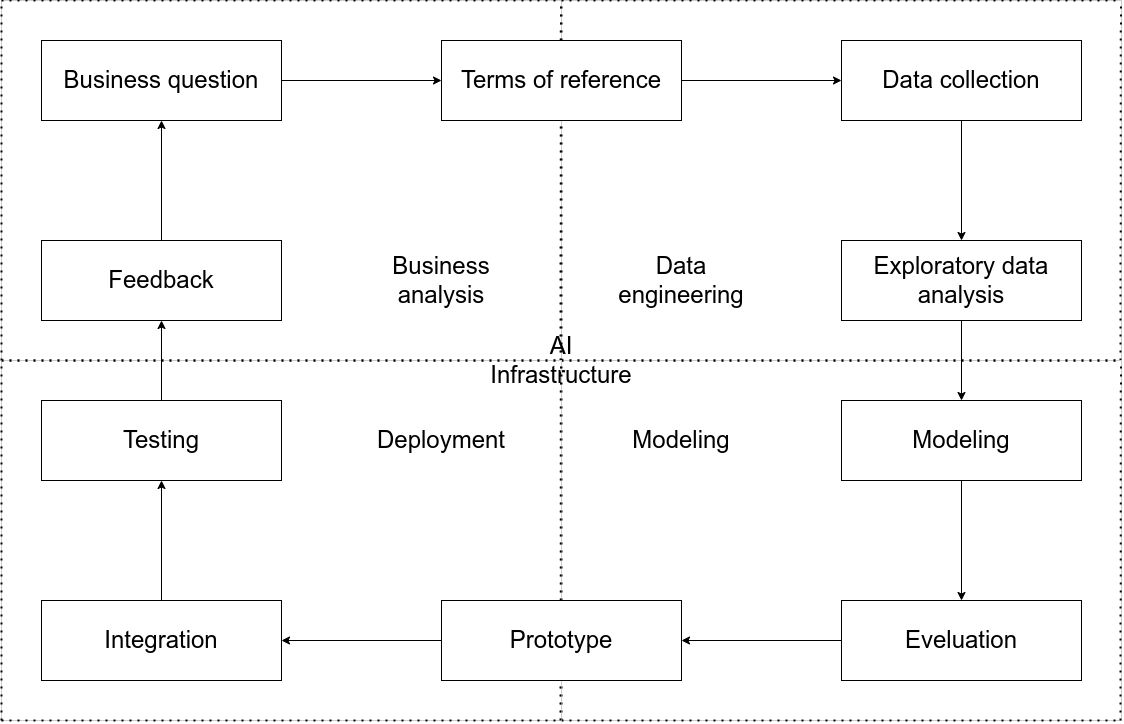
ryndovaira-org/data_science_lectures keeps this draw.io diagram as diagrams/ai_project_development_life_cycle.drawio.png. Above is the earlier version. Source tidied: cells renumbered, new cells last; positions are measured from the earlier drawing's top-left corner, leaving out a move shared by most shapes.
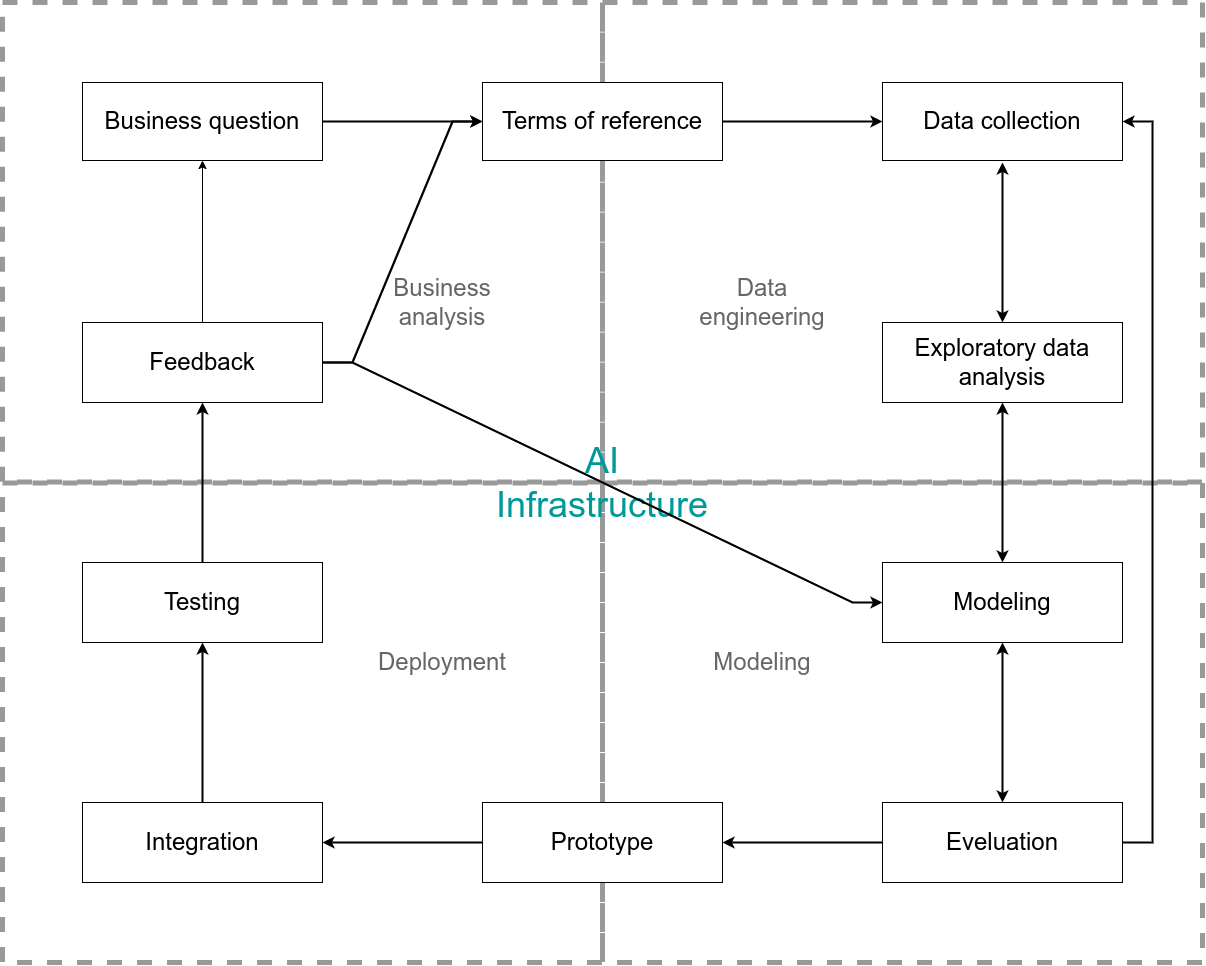
Above is the later version.

The edit, as a diff of the source:
```diff
@@ -2,188 +2,103 @@
   <root>
     <mxCell id="0" />
     <mxCell id="1" parent="0" />
-    <mxCell id="2" style="group;strokeColor=#CCCCCC;" parent="1" vertex="1">
-      <mxGeometry width="560" height="360" as="geometry" />
-    </mxCell>
-    <mxCell id="3" style="endArrow=none;dashed=1;html=1;dashPattern=1 3;strokeWidth=2;rounded=0;" parent="2" edge="1">
-      <mxGeometry relative="1" as="geometry">
-        <mxPoint y="360" as="sourcePoint" />
-        <mxPoint x="560" y="360" as="targetPoint" />
-      </mxGeometry>
-    </mxCell>
-    <mxCell id="4" style="endArrow=none;dashed=1;html=1;dashPattern=1 3;strokeWidth=2;rounded=0;" parent="2" edge="1">
-      <mxGeometry relative="1" as="geometry">
-        <mxPoint y="360" as="sourcePoint" />
-        <mxPoint as="targetPoint" />
-      </mxGeometry>
-    </mxCell>
-    <mxCell id="5" style="endArrow=none;dashed=1;html=1;dashPattern=1 3;strokeWidth=2;rounded=0;" parent="2" edge="1">
-      <mxGeometry relative="1" as="geometry">
-        <mxPoint as="sourcePoint" />
-        <mxPoint x="560" as="targetPoint" />
-      </mxGeometry>
-    </mxCell>
-    <mxCell id="6" style="endArrow=none;dashed=1;html=1;dashPattern=1 3;strokeWidth=2;rounded=0;" parent="2" edge="1">
-      <mxGeometry relative="1" as="geometry">
-        <mxPoint x="559" y="360" as="sourcePoint" />
-        <mxPoint x="559.4" as="targetPoint" />
-      </mxGeometry>
-    </mxCell>
+    <mxCell id="47" style="rounded=0;whiteSpace=wrap;html=1;strokeColor=#999999;fontFamily=Helvetica;fontSize=12;fontColor=default;fillColor=none;dashed=1;strokeWidth=5;" parent="1" vertex="1">
+      <mxGeometry x="-40" y="-40" width="600" height="479.6" as="geometry" />
+    </mxCell>
+    <mxCell id="48" style="rounded=0;whiteSpace=wrap;html=1;strokeColor=#999999;fontFamily=Helvetica;fontSize=12;fontColor=default;fillColor=none;dashed=1;strokeWidth=5;" parent="1" vertex="1">
+      <mxGeometry x="-40" y="440.4" width="600" height="479.6" as="geometry" />
+    </mxCell>
+    <mxCell id="49" style="rounded=0;whiteSpace=wrap;html=1;strokeColor=#999999;fontFamily=Helvetica;fontSize=12;fontColor=default;fillColor=none;dashed=1;strokeWidth=5;" parent="1" vertex="1">
+      <mxGeometry x="560" y="-40" width="600" height="479.6" as="geometry" />
+    </mxCell>
+    <mxCell id="50" style="rounded=0;whiteSpace=wrap;html=1;strokeColor=#999999;fontFamily=Helvetica;fontSize=12;fontColor=default;fillColor=none;dashed=1;strokeWidth=5;" parent="1" vertex="1">
+      <mxGeometry x="560" y="440.4" width="600" height="479.6" as="geometry" />
+    </mxCell>
+    <mxCell id="31" style="endArrow=classic;startArrow=classic;rounded=0;jettySize=auto;html=1;strokeWidth=2;" parent="1" edge="1" source="32" target="36">
+      <mxGeometry relative="1" as="geometry" />
+    </mxCell>
+    <mxCell id="51" style="endArrow=classic;startArrow=classic;rounded=0;jettySize=auto;html=1;fontFamily=Helvetica;fontSize=12;fontColor=default;strokeWidth=2;" parent="1" edge="1" source="32">
+      <mxGeometry relative="1" as="geometry">
+        <mxPoint x="960" y="120" as="targetPoint" />
+      </mxGeometry>
+    </mxCell>
+    <mxCell id="37" style="edgeStyle=orthogonalEdgeStyle;rounded=0;jettySize=auto;html=1;strokeWidth=2;" parent="1" edge="1" source="38" target="34">
+      <mxGeometry relative="1" as="geometry" />
+    </mxCell>
+    <mxCell id="52" style="edgeStyle=entityRelationEdgeStyle;rounded=0;jettySize=auto;html=1;fontFamily=Helvetica;fontSize=12;fontColor=default;strokeWidth=2;" parent="1" edge="1" source="38" target="46">
+      <mxGeometry relative="1" as="geometry" />
+    </mxCell>
+    <mxCell id="41" style="edgeStyle=orthogonalEdgeStyle;rounded=0;jettySize=auto;html=1;strokeWidth=2;" parent="1" edge="1" source="42" target="44">
+      <mxGeometry relative="1" as="geometry" />
+    </mxCell>
+    <mxCell id="29" style="edgeStyle=orthogonalEdgeStyle;rounded=0;jettySize=auto;html=1;strokeWidth=2;" parent="1" edge="1" source="30" target="46">
+      <mxGeometry relative="1" as="geometry" />
+    </mxCell>
+    <mxCell id="28" value="&lt;font style=&quot;font-size: 24px;&quot;&gt;Business question&lt;/font&gt;" style="rounded=0;whiteSpace=wrap;html=1;" parent="1" vertex="1">
+      <mxGeometry x="40" y="40" width="240" height="78" as="geometry" />
+    </mxCell>
+    <mxCell id="44" value="&lt;font style=&quot;font-size: 24px;&quot;&gt;Feedback&lt;/font&gt;" style="rounded=0;whiteSpace=wrap;html=1;" parent="1" vertex="1">
+      <mxGeometry x="40" y="280" width="240" height="80" as="geometry" />
+    </mxCell>
+    <mxCell id="43" style="edgeStyle=orthogonalEdgeStyle;rounded=0;jettySize=auto;html=1;" parent="1" edge="1" source="44" target="28">
+      <mxGeometry relative="1" as="geometry" />
+    </mxCell>
+    <mxCell id="30" value="&lt;font style=&quot;font-size: 24px;&quot;&gt;Terms of reference&lt;/font&gt;" style="rounded=0;whiteSpace=wrap;html=1;" parent="1" vertex="1">
+      <mxGeometry x="440" y="40" width="240" height="78" as="geometry" />
+    </mxCell>
+    <mxCell id="27" style="edgeStyle=orthogonalEdgeStyle;rounded=0;jettySize=auto;html=1;strokeWidth=2;" parent="1" edge="1" source="28" target="30">
+      <mxGeometry relative="1" as="geometry" />
+    </mxCell>
+    <mxCell id="53" style="rounded=0;jettySize=auto;html=1;fontFamily=Helvetica;fontSize=12;fontColor=default;edgeStyle=entityRelationEdgeStyle;strokeWidth=2;" parent="1" edge="1" source="44" target="30">
+      <mxGeometry relative="1" as="geometry" />
+    </mxCell>
+    <mxCell id="46" value="&lt;font style=&quot;font-size: 24px;&quot;&gt;Data collection&lt;/font&gt;" style="rounded=0;whiteSpace=wrap;html=1;" parent="1" vertex="1">
+      <mxGeometry x="840" y="40" width="240" height="78" as="geometry" />
+    </mxCell>
+    <mxCell id="32" value="&lt;font style=&quot;font-size: 24px;&quot;&gt;Exploratory data analysis&lt;/font&gt;" style="rounded=0;whiteSpace=wrap;html=1;" parent="1" vertex="1">
+      <mxGeometry x="840" y="280" width="240" height="80" as="geometry" />
+    </mxCell>
+    <mxCell id="38" value="&lt;font style=&quot;font-size: 24px;&quot;&gt;Eveluation&lt;/font&gt;" style="rounded=0;whiteSpace=wrap;html=1;" parent="1" vertex="1">
+      <mxGeometry x="840" y="760" width="240" height="80" as="geometry" />
+    </mxCell>
+    <mxCell id="36" value="&lt;font style=&quot;font-size: 24px;&quot;&gt;Modeling&lt;/font&gt;" style="rounded=0;whiteSpace=wrap;html=1;" parent="1" vertex="1">
+      <mxGeometry x="840" y="520" width="240" height="80" as="geometry" />
+    </mxCell>
+    <mxCell id="35" style="endArrow=classic;startArrow=classic;rounded=0;jettySize=auto;html=1;strokeWidth=2;" parent="1" edge="1" source="36" target="38">
+      <mxGeometry relative="1" as="geometry" />
+    </mxCell>
+    <mxCell id="26" value="&lt;font color=&quot;#666666&quot; style=&quot;font-size: 24px;&quot;&gt;Deployment&lt;/font&gt;" style="text;html=1;strokeColor=none;fillColor=none;align=center;verticalAlign=middle;whiteSpace=wrap;rounded=0;fontSize=12;fontFamily=Helvetica;fontColor=default;" parent="1" vertex="1">
+      <mxGeometry x="320" y="560" width="160" height="120.2" as="geometry" />
+    </mxCell>
+    <mxCell id="42" value="&lt;font style=&quot;font-size: 24px;&quot;&gt;Testing&lt;/font&gt;" style="rounded=0;whiteSpace=wrap;html=1;" parent="1" vertex="1">
+      <mxGeometry x="40" y="520" width="240" height="80" as="geometry" />
+    </mxCell>
+    <mxCell id="40" value="&lt;font style=&quot;font-size: 24px;&quot;&gt;Integration&lt;/font&gt;" style="rounded=0;whiteSpace=wrap;html=1;" parent="1" vertex="1">
+      <mxGeometry x="40" y="760" width="240" height="80" as="geometry" />
+    </mxCell>
+    <mxCell id="39" style="edgeStyle=orthogonalEdgeStyle;rounded=0;jettySize=auto;html=1;entryX=0.5;entryY=1;entryDx=0;entryDy=0;strokeWidth=2;" parent="1" edge="1" source="40" target="42">
+      <mxGeometry relative="1" as="geometry" />
+    </mxCell>
+    <mxCell id="34" value="&lt;font style=&quot;font-size: 24px;&quot;&gt;Prototype&lt;/font&gt;" style="rounded=0;whiteSpace=wrap;html=1;" parent="1" vertex="1">
+      <mxGeometry x="440" y="760" width="240" height="80" as="geometry" />
+    </mxCell>
+    <mxCell id="33" style="edgeStyle=orthogonalEdgeStyle;rounded=0;jettySize=auto;html=1;strokeWidth=2;" parent="1" edge="1" source="34" target="40">
+      <mxGeometry relative="1" as="geometry" />
+    </mxCell>
-    <mxCell id="7" value="&lt;font style=&quot;font-size: 24px;&quot;&gt;Business analysis&lt;/font&gt;" style="text;html=1;strokeColor=none;fillColor=none;align=center;verticalAlign=middle;whiteSpace=wrap;rounded=0;fontSize=12;fontFamily=Helvetica;fontColor=default;" parent="2" vertex="1">
-      <mxGeometry x="360" y="240" width="160" height="80" as="geometry" />
+    <mxCell id="7" value="&lt;font style=&quot;font-size: 24px;&quot; color=&quot;#666666&quot;&gt;Business analysis&lt;/font&gt;" style="text;html=1;strokeColor=none;fillColor=none;align=center;verticalAlign=middle;whiteSpace=wrap;rounded=0;fontSize=12;fontFamily=Helvetica;fontColor=default;" parent="1" vertex="1">
+      <mxGeometry x="320" y="200" width="160" height="120.2" as="geometry" />
     </mxCell>
-    <mxCell id="8" style="group;strokeColor=#CCCCCC;" parent="1" vertex="1">
-      <mxGeometry x="560" width="560" height="360" as="geometry" />
-    </mxCell>
-    <mxCell id="9" style="endArrow=none;dashed=1;html=1;dashPattern=1 3;strokeWidth=2;rounded=0;" parent="8" edge="1">
-      <mxGeometry relative="1" as="geometry">
-        <mxPoint y="360" as="sourcePoint" />
-        <mxPoint x="560" y="360" as="targetPoint" />
-      </mxGeometry>
-    </mxCell>
-    <mxCell id="10" style="endArrow=none;dashed=1;html=1;dashPattern=1 3;strokeWidth=2;rounded=0;" parent="8" edge="1">
-      <mxGeometry relative="1" as="geometry">
-        <mxPoint y="360" as="sourcePoint" />
-        <mxPoint as="targetPoint" />
-      </mxGeometry>
-    </mxCell>
-    <mxCell id="11" style="endArrow=none;dashed=1;html=1;dashPattern=1 3;strokeWidth=2;rounded=0;" parent="8" edge="1">
-      <mxGeometry relative="1" as="geometry">
-        <mxPoint as="sourcePoint" />
-        <mxPoint x="560" as="targetPoint" />
-      </mxGeometry>
-    </mxCell>
-    <mxCell id="12" style="endArrow=none;dashed=1;html=1;dashPattern=1 3;strokeWidth=2;rounded=0;" parent="8" edge="1">
-      <mxGeometry relative="1" as="geometry">
-        <mxPoint x="559" y="360" as="sourcePoint" />
-        <mxPoint x="559.4" as="targetPoint" />
-      </mxGeometry>
-    </mxCell>
-    <mxCell id="13" value="&lt;font style=&quot;font-size: 24px;&quot;&gt;Data engineering&lt;/font&gt;" style="text;html=1;strokeColor=none;fillColor=none;align=center;verticalAlign=middle;whiteSpace=wrap;rounded=0;fontSize=12;fontFamily=Helvetica;fontColor=default;" parent="8" vertex="1">
-      <mxGeometry x="40" y="240" width="160" height="80" as="geometry" />
+    <mxCell id="13" value="&lt;font style=&quot;font-size: 24px;&quot; color=&quot;#666666&quot;&gt;Data engineering&lt;/font&gt;" style="text;html=1;strokeColor=none;fillColor=none;align=center;verticalAlign=middle;whiteSpace=wrap;rounded=0;fontSize=12;fontFamily=Helvetica;fontColor=default;" parent="1" vertex="1">
+      <mxGeometry x="640" y="200" width="160" height="120.2" as="geometry" />
     </mxCell>
-    <mxCell id="14" style="group;strokeColor=#CCCCCC;" parent="1" vertex="1">
-      <mxGeometry x="560" y="360" width="560" height="360" as="geometry" />
-    </mxCell>
-    <mxCell id="15" style="endArrow=none;dashed=1;html=1;dashPattern=1 3;strokeWidth=2;rounded=0;" parent="14" edge="1">
-      <mxGeometry relative="1" as="geometry">
-        <mxPoint y="360" as="sourcePoint" />
-        <mxPoint x="560" y="360" as="targetPoint" />
-      </mxGeometry>
-    </mxCell>
-    <mxCell id="16" style="endArrow=none;dashed=1;html=1;dashPattern=1 3;strokeWidth=2;rounded=0;" parent="14" edge="1">
-      <mxGeometry relative="1" as="geometry">
-        <mxPoint y="360" as="sourcePoint" />
-        <mxPoint as="targetPoint" />
-      </mxGeometry>
-    </mxCell>
-    <mxCell id="17" style="endArrow=none;dashed=1;html=1;dashPattern=1 3;strokeWidth=2;rounded=0;" parent="14" edge="1">
-      <mxGeometry relative="1" as="geometry">
-        <mxPoint as="sourcePoint" />
-        <mxPoint x="560" as="targetPoint" />
-      </mxGeometry>
-    </mxCell>
-    <mxCell id="18" style="endArrow=none;dashed=1;html=1;dashPattern=1 3;strokeWidth=2;rounded=0;" parent="14" edge="1">
-      <mxGeometry relative="1" as="geometry">
-        <mxPoint x="559" y="360" as="sourcePoint" />
-        <mxPoint x="559.4" as="targetPoint" />
-      </mxGeometry>
-    </mxCell>
-    <mxCell id="19" value="&lt;font style=&quot;font-size: 24px;&quot;&gt;Modeling&lt;/font&gt;" style="text;html=1;strokeColor=none;fillColor=none;align=center;verticalAlign=middle;whiteSpace=wrap;rounded=0;fontSize=12;fontFamily=Helvetica;fontColor=default;" parent="14" vertex="1">
-      <mxGeometry x="40" y="40" width="160" height="80" as="geometry" />
+    <mxCell id="19" value="&lt;font style=&quot;font-size: 24px;&quot; color=&quot;#666666&quot;&gt;Modeling&lt;/font&gt;" style="text;html=1;strokeColor=none;fillColor=none;align=center;verticalAlign=middle;whiteSpace=wrap;rounded=0;fontSize=12;fontFamily=Helvetica;fontColor=default;" parent="1" vertex="1">
+      <mxGeometry x="640" y="560" width="160" height="120" as="geometry" />
     </mxCell>
-    <mxCell id="20" value="&lt;font style=&quot;font-size: 24px;&quot;&gt;AI Infrastructure&lt;/font&gt;" style="text;html=1;strokeColor=none;fillColor=none;align=center;verticalAlign=middle;whiteSpace=wrap;rounded=0;fontSize=12;fontFamily=Helvetica;fontColor=default;" parent="14" vertex="1">
-      <mxGeometry x="-80" y="-40" width="160" height="80" as="geometry" />
+    <mxCell id="20" value="&lt;font color=&quot;#009999&quot; style=&quot;font-size: 36px;&quot;&gt;AI Infrastructure&lt;/font&gt;" style="text;html=1;strokeColor=none;fillColor=none;align=center;verticalAlign=middle;whiteSpace=wrap;rounded=0;fontSize=12;fontFamily=Helvetica;fontColor=default;" parent="1" vertex="1">
+      <mxGeometry x="440" y="360" width="240" height="160" as="geometry" />
     </mxCell>
-    <mxCell id="21" style="group;strokeColor=#CCCCCC;" parent="1" vertex="1">
-      <mxGeometry y="360" width="560" height="360" as="geometry" />
-    </mxCell>
-    <mxCell id="22" style="endArrow=none;dashed=1;html=1;dashPattern=1 3;strokeWidth=2;rounded=0;" parent="21" edge="1">
-      <mxGeometry relative="1" as="geometry">
-        <mxPoint y="360" as="sourcePoint" />
-        <mxPoint x="560" y="360" as="targetPoint" />
-      </mxGeometry>
-    </mxCell>
-    <mxCell id="23" style="endArrow=none;dashed=1;html=1;dashPattern=1 3;strokeWidth=2;rounded=0;" parent="21" edge="1">
-      <mxGeometry relative="1" as="geometry">
-        <mxPoint y="360" as="sourcePoint" />
-        <mxPoint as="targetPoint" />
-      </mxGeometry>
-    </mxCell>
-    <mxCell id="24" style="endArrow=none;dashed=1;html=1;dashPattern=1 3;strokeWidth=2;rounded=0;" parent="21" edge="1">
-      <mxGeometry relative="1" as="geometry">
-        <mxPoint as="sourcePoint" />
-        <mxPoint x="560" as="targetPoint" />
-      </mxGeometry>
-    </mxCell>
-    <mxCell id="25" style="endArrow=none;dashed=1;html=1;dashPattern=1 3;strokeWidth=2;rounded=0;" parent="21" edge="1">
-      <mxGeometry relative="1" as="geometry">
-        <mxPoint x="559" y="360" as="sourcePoint" />
-        <mxPoint x="559.4" as="targetPoint" />
-      </mxGeometry>
-    </mxCell>
-    <mxCell id="26" value="&lt;font style=&quot;font-size: 24px;&quot;&gt;Deployment&lt;/font&gt;" style="text;html=1;strokeColor=none;fillColor=none;align=center;verticalAlign=middle;whiteSpace=wrap;rounded=0;fontSize=12;fontFamily=Helvetica;fontColor=default;" parent="21" vertex="1">
-      <mxGeometry x="360" y="40" width="160" height="80" as="geometry" />
-    </mxCell>
-    <mxCell id="27" style="edgeStyle=orthogonalEdgeStyle;rounded=0;jettySize=auto;html=1;" parent="1" edge="1" source="28" target="30">
-      <mxGeometry relative="1" as="geometry" />
-    </mxCell>
-    <mxCell id="28" value="&lt;font style=&quot;font-size: 24px;&quot;&gt;Business question&lt;/font&gt;" style="rounded=0;whiteSpace=wrap;html=1;" parent="1" vertex="1">
-      <mxGeometry x="40" y="40" width="240" height="80" as="geometry" />
-    </mxCell>
-    <mxCell id="29" style="edgeStyle=orthogonalEdgeStyle;rounded=0;jettySize=auto;html=1;" parent="1" edge="1" source="30" target="46">
-      <mxGeometry relative="1" as="geometry" />
-    </mxCell>
-    <mxCell id="30" value="&lt;font style=&quot;font-size: 24px;&quot;&gt;Terms of reference&lt;/font&gt;" style="rounded=0;whiteSpace=wrap;html=1;" parent="1" vertex="1">
-      <mxGeometry x="440" y="40" width="240" height="80" as="geometry" />
-    </mxCell>
-    <mxCell id="31" style="edgeStyle=orthogonalEdgeStyle;rounded=0;jettySize=auto;html=1;" parent="1" edge="1" source="32" target="36">
-      <mxGeometry relative="1" as="geometry" />
-    </mxCell>
-    <mxCell id="32" value="&lt;font style=&quot;font-size: 24px;&quot;&gt;Exploratory data analysis&lt;/font&gt;" style="rounded=0;whiteSpace=wrap;html=1;" parent="1" vertex="1">
-      <mxGeometry x="840" y="240" width="240" height="80" as="geometry" />
-    </mxCell>
-    <mxCell id="33" style="edgeStyle=orthogonalEdgeStyle;rounded=0;jettySize=auto;html=1;" parent="1" edge="1" source="34" target="40">
-      <mxGeometry relative="1" as="geometry" />
-    </mxCell>
-    <mxCell id="34" value="&lt;font style=&quot;font-size: 24px;&quot;&gt;Prototype&lt;/font&gt;" style="rounded=0;whiteSpace=wrap;html=1;" parent="1" vertex="1">
-      <mxGeometry x="440" y="600" width="240" height="80" as="geometry" />
-    </mxCell>
-    <mxCell id="35" style="edgeStyle=orthogonalEdgeStyle;rounded=0;jettySize=auto;html=1;" parent="1" edge="1" source="36" target="38">
-      <mxGeometry relative="1" as="geometry" />
-    </mxCell>
-    <mxCell id="36" value="&lt;font style=&quot;font-size: 24px;&quot;&gt;Modeling&lt;/font&gt;" style="rounded=0;whiteSpace=wrap;html=1;" parent="1" vertex="1">
-      <mxGeometry x="840" y="400" width="240" height="80" as="geometry" />
-    </mxCell>
-    <mxCell id="37" style="edgeStyle=orthogonalEdgeStyle;rounded=0;jettySize=auto;html=1;" parent="1" edge="1" source="38" target="34">
-      <mxGeometry relative="1" as="geometry" />
-    </mxCell>
-    <mxCell id="38" value="&lt;font style=&quot;font-size: 24px;&quot;&gt;Eveluation&lt;/font&gt;" style="rounded=0;whiteSpace=wrap;html=1;" parent="1" vertex="1">
-      <mxGeometry x="840" y="600" width="240" height="80" as="geometry" />
-    </mxCell>
-    <mxCell id="39" style="edgeStyle=orthogonalEdgeStyle;rounded=0;jettySize=auto;html=1;entryX=0.5;entryY=1;entryDx=0;entryDy=0;" parent="1" edge="1" source="40" target="42">
-      <mxGeometry relative="1" as="geometry" />
-    </mxCell>
-    <mxCell id="40" value="&lt;font style=&quot;font-size: 24px;&quot;&gt;Integration&lt;/font&gt;" style="rounded=0;whiteSpace=wrap;html=1;" parent="1" vertex="1">
-      <mxGeometry x="40" y="600" width="240" height="80" as="geometry" />
-    </mxCell>
-    <mxCell id="41" style="edgeStyle=orthogonalEdgeStyle;rounded=0;jettySize=auto;html=1;" parent="1" edge="1" source="42" target="44">
-      <mxGeometry relative="1" as="geometry" />
-    </mxCell>
-    <mxCell id="42" value="&lt;font style=&quot;font-size: 24px;&quot;&gt;Testing&lt;/font&gt;" style="rounded=0;whiteSpace=wrap;html=1;" parent="1" vertex="1">
-      <mxGeometry x="40" y="400" width="240" height="80" as="geometry" />
-    </mxCell>
-    <mxCell id="43" style="edgeStyle=orthogonalEdgeStyle;rounded=0;jettySize=auto;html=1;" parent="1" edge="1" source="44" target="28">
-      <mxGeometry relative="1" as="geometry" />
-    </mxCell>
-    <mxCell id="44" value="&lt;font style=&quot;font-size: 24px;&quot;&gt;Feedback&lt;/font&gt;" style="rounded=0;whiteSpace=wrap;html=1;" parent="1" vertex="1">
-      <mxGeometry x="40" y="240" width="240" height="80" as="geometry" />
-    </mxCell>
-    <mxCell id="45" style="edgeStyle=orthogonalEdgeStyle;rounded=0;jettySize=auto;html=1;" parent="1" edge="1" source="46" target="32">
-      <mxGeometry relative="1" as="geometry" />
-    </mxCell>
-    <mxCell id="46" value="&lt;font style=&quot;font-size: 24px;&quot;&gt;Data collection&lt;/font&gt;" style="rounded=0;whiteSpace=wrap;html=1;" parent="1" vertex="1">
-      <mxGeometry x="840" y="40" width="240" height="80" as="geometry" />
-    </mxCell>
+    <mxCell id="54" style="rounded=0;jettySize=auto;html=1;fontFamily=Helvetica;fontSize=12;fontColor=default;exitX=1;exitY=0.5;exitDx=0;exitDy=0;edgeStyle=entityRelationEdgeStyle;elbow=vertical;strokeWidth=2;" parent="1" edge="1" source="44" target="36">
+      <mxGeometry relative="1" as="geometry" />
+    </mxCell>
   </root>
 </mxGraphModel>
```
